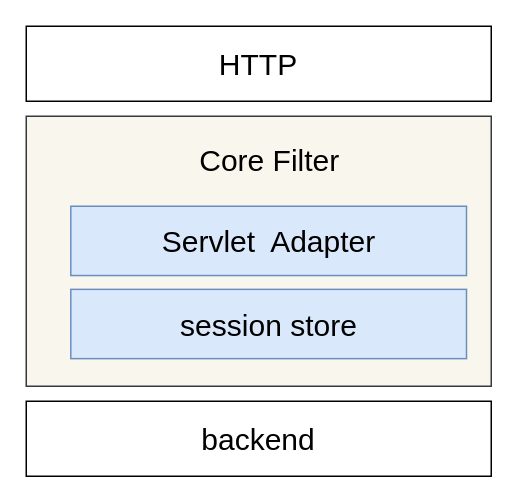
The draw.io diagram document/core.drawio in xcocean/final-session, before the edit. Source tidied: cells renumbered, new cells numbered last; positions are measured from the earlier drawing's top-left corner, leaving out a move shared by most shapes. Both pictures are drawn from the tidied source at 150%, with x=0, y=0 at pixel (26, 26).
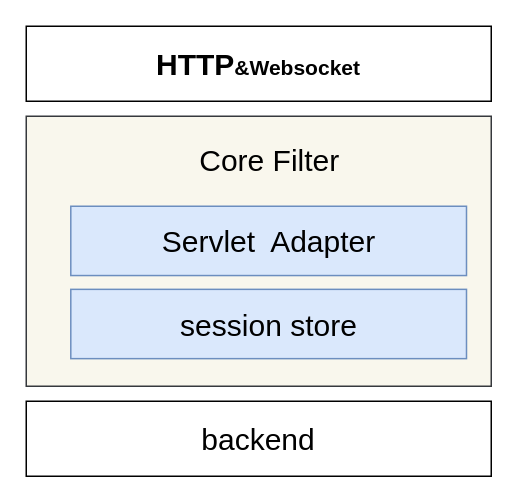
The same page after the edit.

The edit, as a diff of the source:
```diff
@@
 <mxGraphModel>
   <root>
     <mxCell id="0" />
     <mxCell id="1" parent="0" />
     <mxCell id="2" style="group;" parent="1" vertex="1">
       <mxGeometry y="60" width="310" height="180" as="geometry" />
     </mxCell>
     <mxCell id="3" style="rounded=0;whiteSpace=wrap;html=1;fontSize=20;fillColor=#f9f7ed;strokeColor=#36393d;" parent="2" vertex="1">
       <mxGeometry width="310" height="180" as="geometry" />
     </mxCell>
     <mxCell id="4" value="Core Filter" style="text;html=1;align=center;verticalAlign=middle;strokeColor=none;fillColor=none;fontSize=20;" parent="2" vertex="1">
       <mxGeometry x="107.2" y="13.8" width="110" height="30" as="geometry" />
     </mxCell>
     <mxCell id="5" value="Servlet&amp;nbsp; Adapter" style="rounded=0;whiteSpace=wrap;html=1;fontSize=20;fillColor=#dae8fc;strokeColor=#6c8ebf;" parent="2" vertex="1">
       <mxGeometry x="29.7" y="60" width="263.8" height="46.2" as="geometry" />
     </mxCell>
     <mxCell id="6" value="session store" style="rounded=0;whiteSpace=wrap;html=1;fontSize=20;fillColor=#dae8fc;strokeColor=#6c8ebf;" parent="2" vertex="1">
       <mxGeometry x="29.7" y="115.4" width="263.8" height="46.2" as="geometry" />
     </mxCell>
-    <mxCell id="7" value="HTTP" style="rounded=0;whiteSpace=wrap;html=1;fontSize=20;" parent="1" vertex="1">
+    <mxCell id="7" value="HTTP&lt;font style=&quot;font-size: 14px&quot;&gt;&amp;amp;Websocket&lt;/font&gt;" style="rounded=0;whiteSpace=wrap;html=1;fontSize=20;fontStyle=1;" parent="1" vertex="1">
       <mxGeometry width="310" height="50" as="geometry" />
     </mxCell>
     <mxCell id="8" value="backend" style="rounded=0;whiteSpace=wrap;html=1;fontSize=20;" parent="1" vertex="1">
       <mxGeometry y="250" width="310" height="50" as="geometry" />
     </mxCell>
   </root>
 </mxGraphModel>
```
